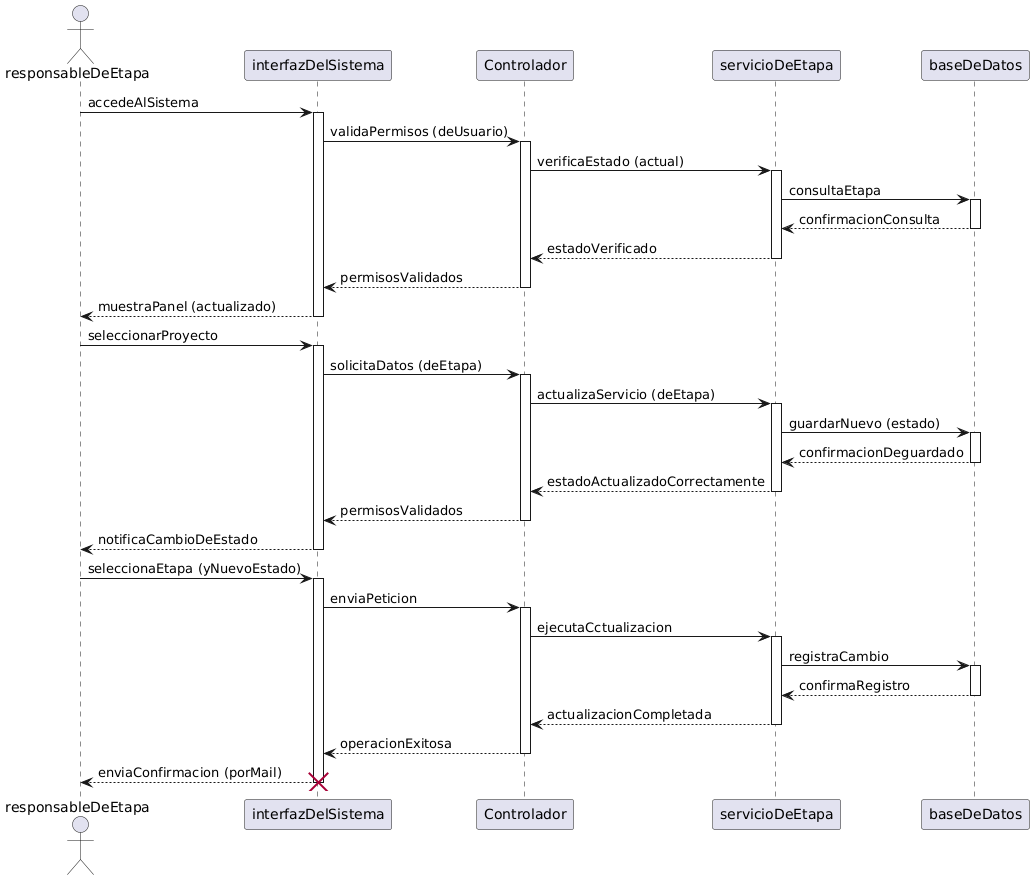
9919-Mili/SistemaProductoraVideos keeps this PlantUML diagram as diagramas/05-diagramas-secuencia/05-secuencia-actualizar-estado-de-la-etapa-actualizacion-exitosa-del-estado-de-la-etapa-02.png. Above is the earlier version.
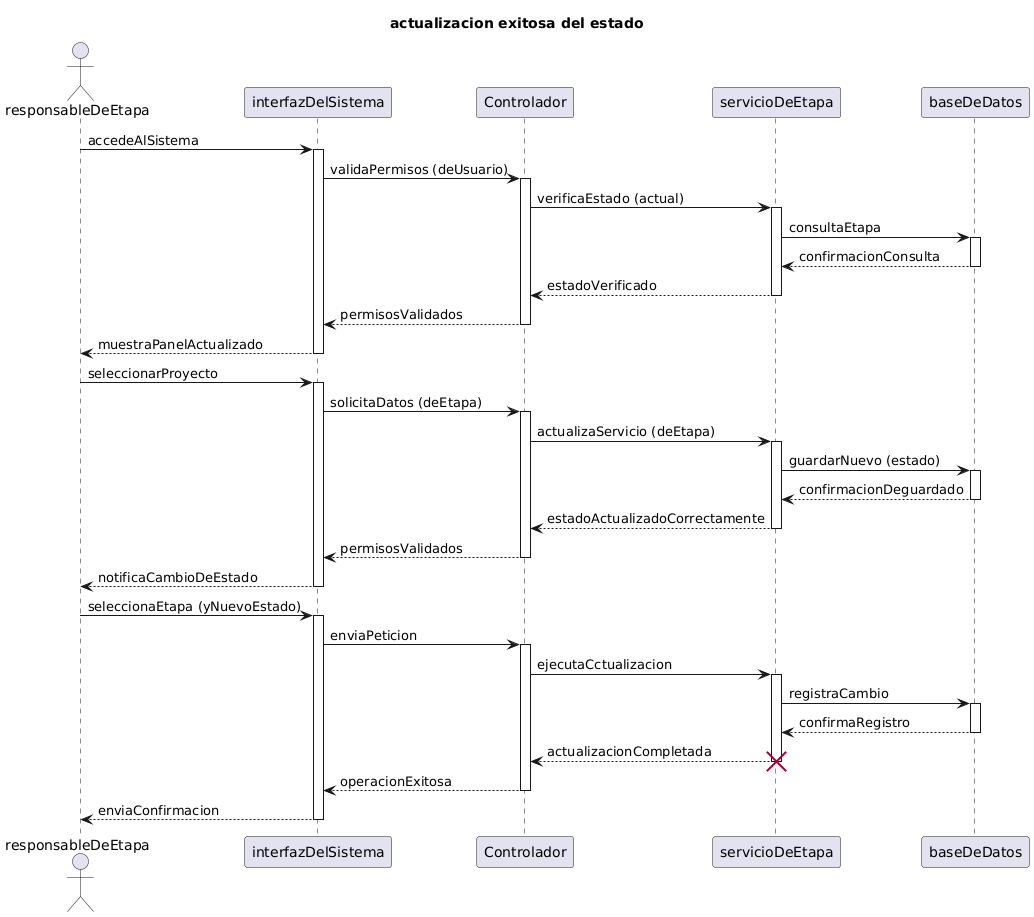
The same diagram one commit later.

What changed in the source:
```diff
@@ -1,9 +1,11 @@
 @startuml
+title actualizacion exitosa del estado
+
 actor responsableDeEtapa
-participant interfazDelSistema
-participant Controlador
+participant interfazDelSistema as interfazDelSistema
+participant Controlador as Controlador
 participant servicioDeEtapa
-participant baseDeDatos
+participant baseDeDatos as baseDeDatos
 
 
 responsableDeEtapa -> interfazDelSistema: accedeAlSistema
@@ -20,7 +22,7 @@
 deactivate servicioDeEtapa
 Controlador --> interfazDelSistema: permisosValidados
 deactivate Controlador
-interfazDelSistema --> responsableDeEtapa: muestraPanel (actualizado)
+interfazDelSistema --> responsableDeEtapa: muestraPanelActualizado
 deactivate interfazDelSistema
 
 responsableDeEtapa -> interfazDelSistema: seleccionarProyecto
@@ -52,10 +54,10 @@
 deactivate baseDeDatos
 servicioDeEtapa --> Controlador: actualizacionCompletada
 deactivate servicioDeEtapa
+destroy servicioDeEtapa
 Controlador --> interfazDelSistema: operacionExitosa
 deactivate Controlador
-interfazDelSistema --> responsableDeEtapa: enviaConfirmacion (porMail)
+interfazDelSistema --> responsableDeEtapa: enviaConfirmacion
 deactivate interfazDelSistema
 
-destroy interfazDelSistema
 @endum
```
